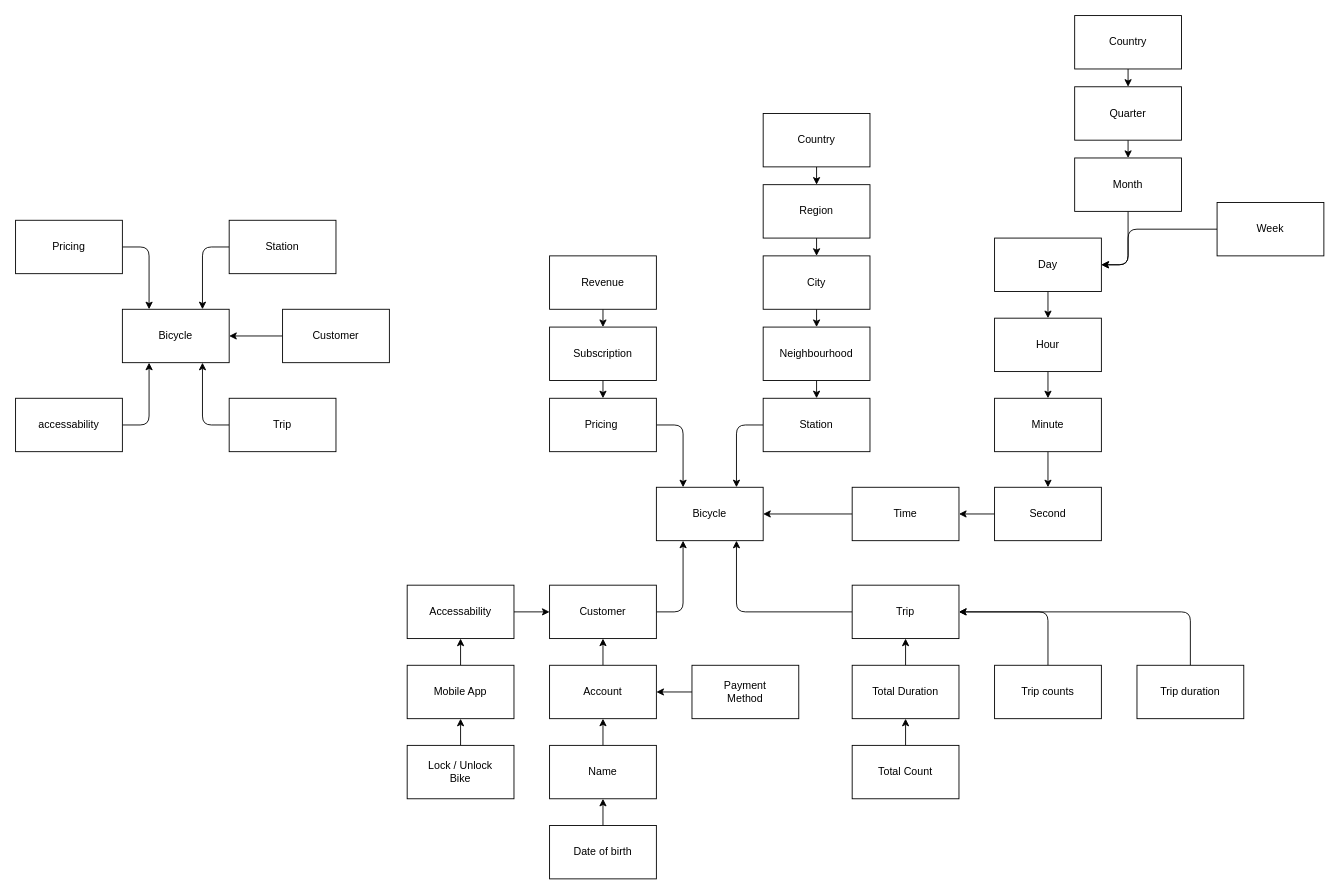
Above: Data Engineer/Main Studies/Module 6 - Database and Data Warehouse/D4/task2.drawio in m-c-v-k/Portfolio (draw.io), before the change. Source tidied: cells renumbered, new cells numbered last; positions are measured from the earlier drawing's top-left corner, leaving out a move shared by most shapes. Both pictures are drawn from the tidied source at 89%, with x=0, y=0 at pixel (15, 15).
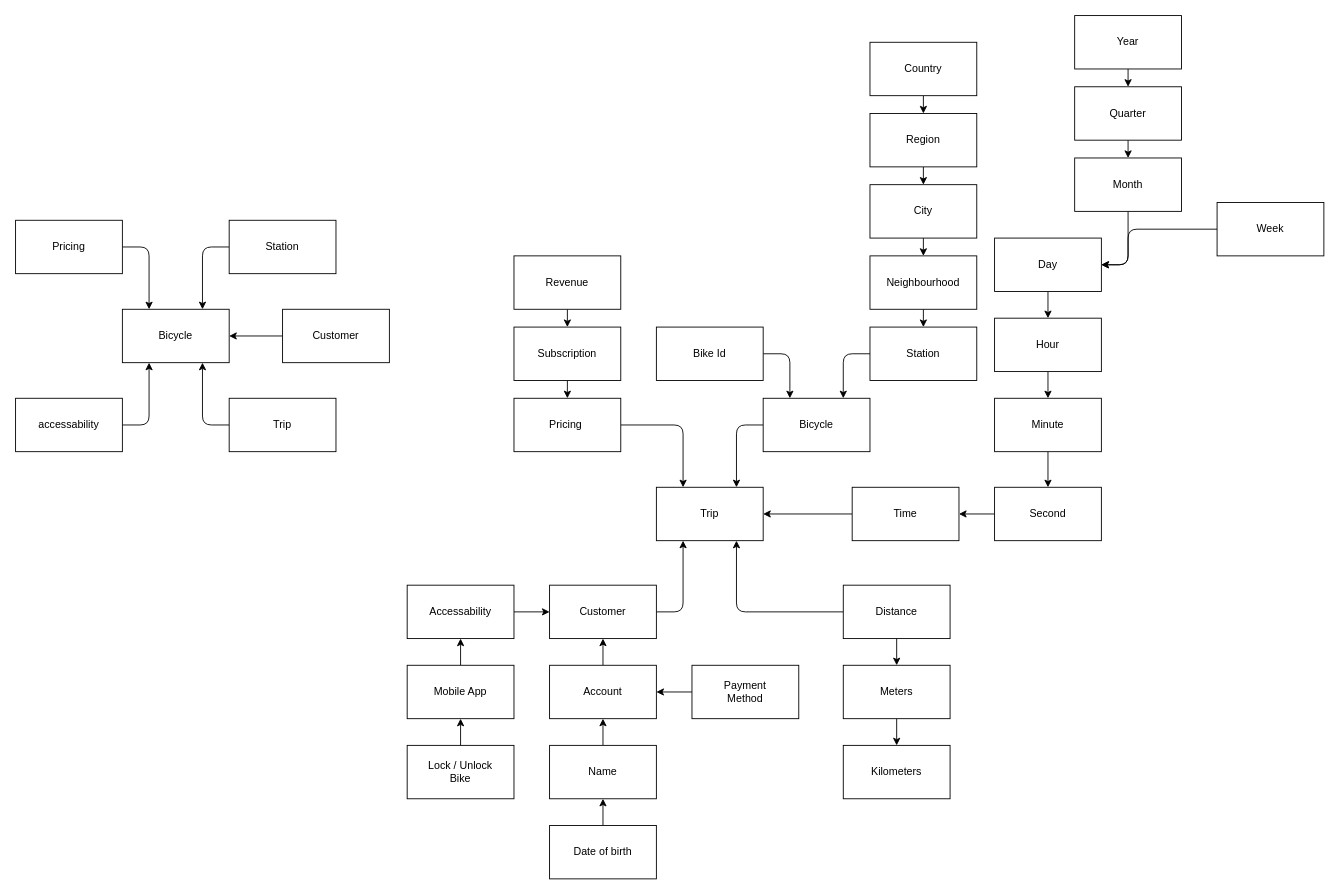
The same page after the edit.

Commit message (it also covers changes not shown here):
Changes to task 2, task 3 started

Diff of the diagram source:
```diff
@@
     <mxCell id="14" value="Pricing&amp;nbsp;" style="rounded=0;whiteSpace=wrap;html=1;" parent="1" vertex="1">
-      <mxGeometry x="600" y="430" width="120" height="60" as="geometry" />
+      <mxGeometry x="560" y="430" width="120" height="60" as="geometry" />
     </mxCell>
-    <mxCell id="15" value="Bicycle" style="whiteSpace=wrap;html=1;" parent="1" vertex="1">
+    <mxCell id="15" value="Trip" style="whiteSpace=wrap;html=1;" parent="1" vertex="1">
       <mxGeometry x="720" y="530" width="120" height="60" as="geometry" />
     </mxCell>
-    <mxCell id="16" style="edgeStyle=none;html=1;exitX=0;exitY=0.5;exitDx=0;exitDy=0;entryX=0.75;entryY=0;entryDx=0;entryDy=0;" parent="1" edge="1" source="17" target="15">
-      <mxGeometry relative="1" as="geometry">
-        <Array as="points">
-          <mxPoint x="810" y="460" />
-        </Array>
-      </mxGeometry>
-    </mxCell>
+    <mxCell id="74" style="edgeStyle=none;html=1;exitX=0;exitY=0.5;exitDx=0;exitDy=0;entryX=0.75;entryY=0;entryDx=0;entryDy=0;" parent="1" edge="1" source="17" target="77">
+      <mxGeometry relative="1" as="geometry">
+        <Array as="points">
+          <mxPoint x="930" y="380" />
+        </Array>
+      </mxGeometry>
+    </mxCell>
     <mxCell id="17" value="Station" style="whiteSpace=wrap;html=1;" parent="1" vertex="1">
-      <mxGeometry x="840" y="430" width="120" height="60" as="geometry" />
+      <mxGeometry x="960" y="350" width="120" height="60" as="geometry" />
     </mxCell>
@@
     <mxCell id="19" value="City" style="whiteSpace=wrap;html=1;" parent="1" vertex="1">
-      <mxGeometry x="840" y="270" width="120" height="60" as="geometry" />
+      <mxGeometry x="960" y="190" width="120" height="60" as="geometry" />
     </mxCell>
@@
     <mxCell id="21" value="Neighbourhood" style="whiteSpace=wrap;html=1;" parent="1" vertex="1">
-      <mxGeometry x="840" y="350" width="120" height="60" as="geometry" />
+      <mxGeometry x="960" y="270" width="120" height="60" as="geometry" />
     </mxCell>
@@
     <mxCell id="23" value="Subscription" style="whiteSpace=wrap;html=1;" parent="1" vertex="1">
-      <mxGeometry x="600" y="350" width="120" height="60" as="geometry" />
+      <mxGeometry x="560" y="350" width="120" height="60" as="geometry" />
     </mxCell>
@@
     <mxCell id="27" value="Revenue" style="whiteSpace=wrap;html=1;" parent="1" vertex="1">
-      <mxGeometry x="600" y="270" width="120" height="60" as="geometry" />
+      <mxGeometry x="560" y="270" width="120" height="60" as="geometry" />
     </mxCell>
@@
     <mxCell id="29" value="Region" style="whiteSpace=wrap;html=1;" parent="1" vertex="1">
-      <mxGeometry x="840" y="190" width="120" height="60" as="geometry" />
+      <mxGeometry x="960" y="110" width="120" height="60" as="geometry" />
     </mxCell>
@@
     <mxCell id="31" value="Country" style="whiteSpace=wrap;html=1;" parent="1" vertex="1">
-      <mxGeometry x="840" y="110" width="120" height="60" as="geometry" />
+      <mxGeometry x="960" y="30" width="120" height="60" as="geometry" />
     </mxCell>
-    <mxCell id="32" style="edgeStyle=none;html=1;exitX=0;exitY=0.5;exitDx=0;exitDy=0;entryX=0.75;entryY=1;entryDx=0;entryDy=0;" parent="1" edge="1" source="33" target="15">
-      <mxGeometry relative="1" as="geometry">
-        <Array as="points">
-          <mxPoint x="810" y="670" />
-        </Array>
-      </mxGeometry>
-    </mxCell>
-    <mxCell id="33" value="Trip&lt;br&gt;" style="whiteSpace=wrap;html=1;" parent="1" vertex="1">
-      <mxGeometry x="940" y="640" width="120" height="60" as="geometry" />
-    </mxCell>
@@
-    <mxCell id="38" style="edgeStyle=none;html=1;exitX=0.5;exitY=0;exitDx=0;exitDy=0;entryX=1;entryY=0.5;entryDx=0;entryDy=0;" parent="1" edge="1" source="39" target="33">
-      <mxGeometry relative="1" as="geometry">
-        <Array as="points">
-          <mxPoint x="1160" y="670" />
-        </Array>
-      </mxGeometry>
-    </mxCell>
-    <mxCell id="39" value="Trip counts&lt;br&gt;" style="whiteSpace=wrap;html=1;" parent="1" vertex="1">
-      <mxGeometry x="1100" y="730" width="120" height="60" as="geometry" />
-    </mxCell>
@@
-    <mxCell id="42" style="edgeStyle=none;html=1;exitX=0.5;exitY=0;exitDx=0;exitDy=0;entryX=1;entryY=0.5;entryDx=0;entryDy=0;" parent="1" edge="1" source="43" target="33">
-      <mxGeometry relative="1" as="geometry">
-        <Array as="points">
-          <mxPoint x="1320" y="670" />
-        </Array>
-      </mxGeometry>
-    </mxCell>
-    <mxCell id="43" value="Trip duration" style="whiteSpace=wrap;html=1;" parent="1" vertex="1">
-      <mxGeometry x="1260" y="730" width="120" height="60" as="geometry" />
-    </mxCell>
-    <mxCell id="44" style="edgeStyle=none;html=1;" parent="1" edge="1" source="45" target="33">
-      <mxGeometry relative="1" as="geometry" />
+    <mxCell id="44" style="edgeStyle=none;html=1;entryX=0.75;entryY=1;entryDx=0;entryDy=0;exitX=0;exitY=0.5;exitDx=0;exitDy=0;" parent="1" edge="1" source="45" target="15">
+      <mxGeometry relative="1" as="geometry">
+        <Array as="points">
+          <mxPoint x="810" y="670" />
+        </Array>
+      </mxGeometry>
     </mxCell>
+    <mxCell id="75" style="edgeStyle=none;html=1;" parent="1" edge="1" source="45" target="81">
+      <mxGeometry relative="1" as="geometry" />
+    </mxCell>
-    <mxCell id="45" value="Total Duration" style="whiteSpace=wrap;html=1;" parent="1" vertex="1">
-      <mxGeometry x="940" y="730" width="120" height="60" as="geometry" />
+    <mxCell id="45" value="Distance" style="whiteSpace=wrap;html=1;" parent="1" vertex="1">
+      <mxGeometry x="930" y="640" width="120" height="60" as="geometry" />
     </mxCell>
-    <mxCell id="46" style="edgeStyle=none;html=1;" parent="1" edge="1" source="47" target="45">
-      <mxGeometry relative="1" as="geometry" />
-    </mxCell>
-    <mxCell id="47" value="Total Count" style="whiteSpace=wrap;html=1;" parent="1" vertex="1">
-      <mxGeometry x="940" y="820" width="120" height="60" as="geometry" />
-    </mxCell>
@@
-    <mxCell id="63" value="Country" style="whiteSpace=wrap;html=1;" parent="1" vertex="1">
+    <mxCell id="63" value="Year" style="whiteSpace=wrap;html=1;" parent="1" vertex="1">
       <mxGeometry x="1190" width="120" height="60" as="geometry" />
     </mxCell>
@@
+    <mxCell id="76" style="edgeStyle=none;html=1;exitX=0;exitY=0.5;exitDx=0;exitDy=0;entryX=0.75;entryY=0;entryDx=0;entryDy=0;" parent="1" edge="1" source="77" target="15">
+      <mxGeometry relative="1" as="geometry">
+        <Array as="points">
+          <mxPoint x="810" y="460" />
+        </Array>
+      </mxGeometry>
+    </mxCell>
+    <mxCell id="77" value="Bicycle" style="whiteSpace=wrap;html=1;" parent="1" vertex="1">
+      <mxGeometry x="840" y="430" width="120" height="60" as="geometry" />
+    </mxCell>
+    <mxCell id="78" style="edgeStyle=none;html=1;exitX=1;exitY=0.5;exitDx=0;exitDy=0;entryX=0.25;entryY=0;entryDx=0;entryDy=0;" parent="1" edge="1" source="79" target="77">
+      <mxGeometry relative="1" as="geometry">
+        <Array as="points">
+          <mxPoint x="870" y="380" />
+        </Array>
+      </mxGeometry>
+    </mxCell>
+    <mxCell id="79" value="Bike Id" style="whiteSpace=wrap;html=1;" parent="1" vertex="1">
+      <mxGeometry x="720" y="350" width="120" height="60" as="geometry" />
+    </mxCell>
+    <mxCell id="80" style="edgeStyle=none;html=1;" parent="1" edge="1" source="81" target="82">
+      <mxGeometry relative="1" as="geometry" />
+    </mxCell>
+    <mxCell id="81" value="Meters" style="whiteSpace=wrap;html=1;" parent="1" vertex="1">
+      <mxGeometry x="930" y="730" width="120" height="60" as="geometry" />
+    </mxCell>
+    <mxCell id="82" value="Kilometers" style="whiteSpace=wrap;html=1;" parent="1" vertex="1">
+      <mxGeometry x="930" y="820" width="120" height="60" as="geometry" />
+    </mxCell>
```
